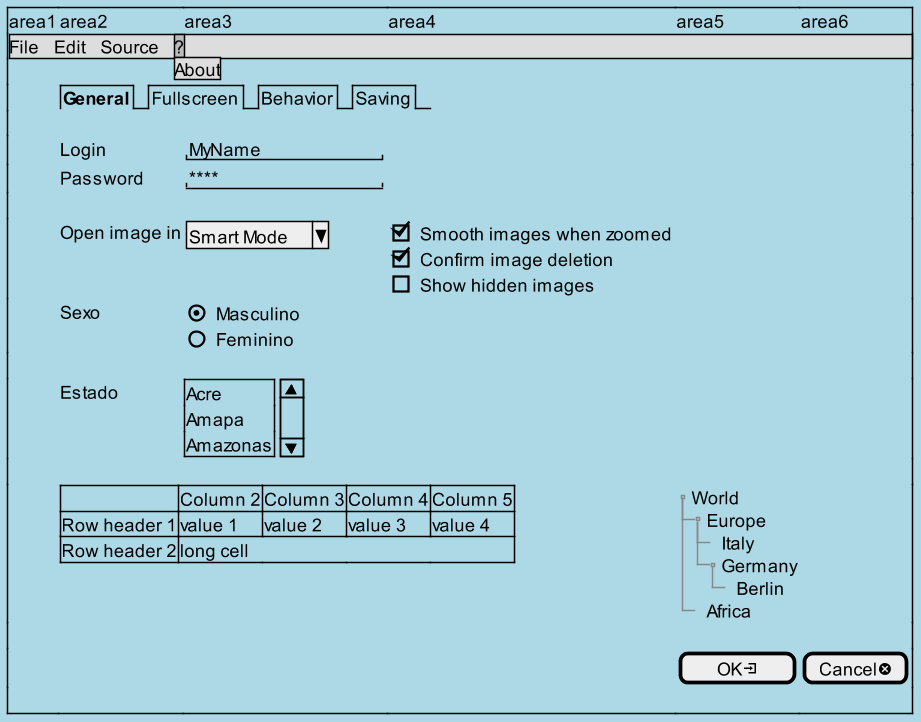
Above: PlantUML/mockup2.png in GiovaniPM/DMNTests (PlantUML), before the change. The source it was exported from:
```plantuml
@startsalt
skinparam BackgroundColor lightblue
scale 1.5
{+
    |area1|area2|area3|area4|area5|area6
    |{* File | Edit | Source | ?
    '  File | New | Open File | - | Close | Close All | - | Exit
      ? | About}|*|*|*|*|*
    |.
    |.|{/ <b>General | Fullscreen | Behavior | Saving }|*|*|*|*
    |.
    |.|Login    |"MyName          "|.
    |.|Password |"****            "|.
    |.
    |.|Open image in|{| ^Smart Mode^ }{
                                        [X] Smooth images when zoomed
                                        [X] Confirm image deletion
                                        [ ] Show hidden images
                                      }
    |.|Sexo|{(X) Masculino
             () Feminino}
    |.
    |.|Estado|{SI
                Acre
                Amapa
                Amazonas
              }|.
    |.
    |.|{#
        .            | Column 2  | Column 3 | Column 4 | Column 5
        Row header 1 | value 1   | value 2  | value 3  | value 4
        Row header 2 | long cell | *        | *        | *
    }|*|*|{T
            + World
            ++ Europe
            +++ Italy
            +++ Germany
            ++++ Berlin
            ++ Africa
          }|*
    |.
    |.|.|.|.|[  OK<&account-login>   ]|[Cancel<&circle-x>]
    |.
}
@endsalt
```
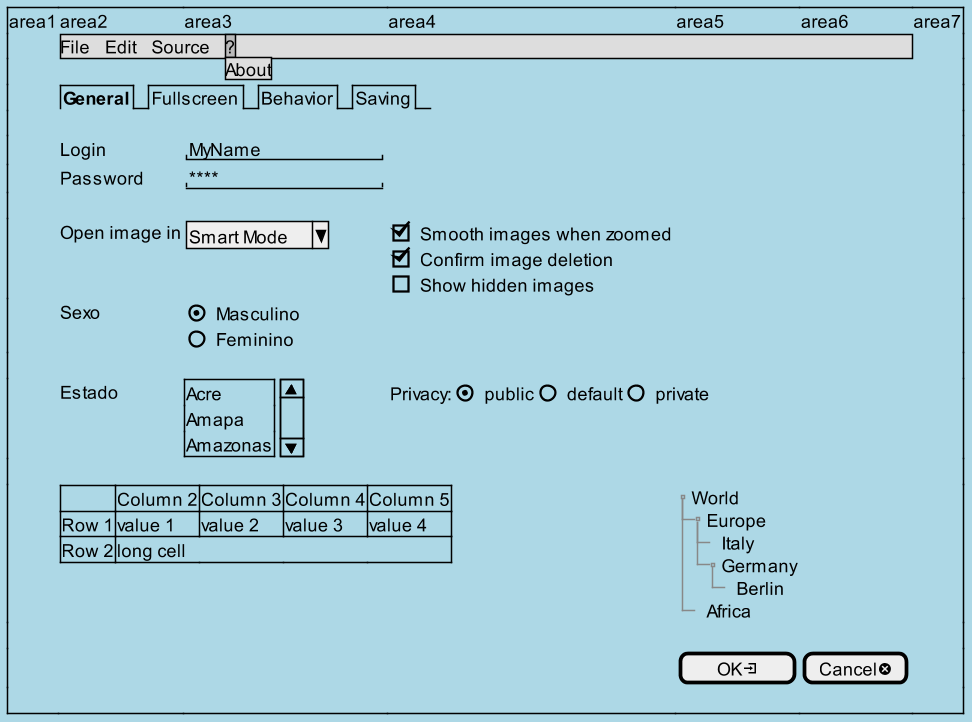
The same diagram one commit later.

Commit message:
giova(DESKTOP-PG18CKU) 210129180805

What changed in the source:
```diff
@@ -2,10 +2,10 @@
 skinparam BackgroundColor lightblue
 scale 1.5
 {+
-    |area1|area2|area3|area4|area5|area6
-    |{* File | Edit | Source | ?
+    |area1|area2|area3|area4|area5|area6|area7
+    |.|{* File | Edit | Source | ?
     '  File | New | Open File | - | Close | Close All | - | Exit
-      ? | About}|*|*|*|*|*
+      ? | About}|*|*|*|*
     |.
     |.|{/ <b>General | Fullscreen | Behavior | Saving }|*|*|*|*
     |.
@@ -24,12 +24,12 @@
                 Acre
                 Amapa
                 Amazonas
-              }|.
+              }|{Privacy: | (X) public | () default | () private} |*|*
     |.
     |.|{#
-        .            | Column 2  | Column 3 | Column 4 | Column 5
-        Row header 1 | value 1   | value 2  | value 3  | value 4
-        Row header 2 | long cell | *        | *        | *
+        .     | Column 2  | Column 3 | Column 4 | Column 5
+        Row 1 | value 1   | value 2  | value 3  | value 4
+        Row 2 | long cell | *        | *        | *
     }|*|*|{T
             + World
             ++ Europe
```
